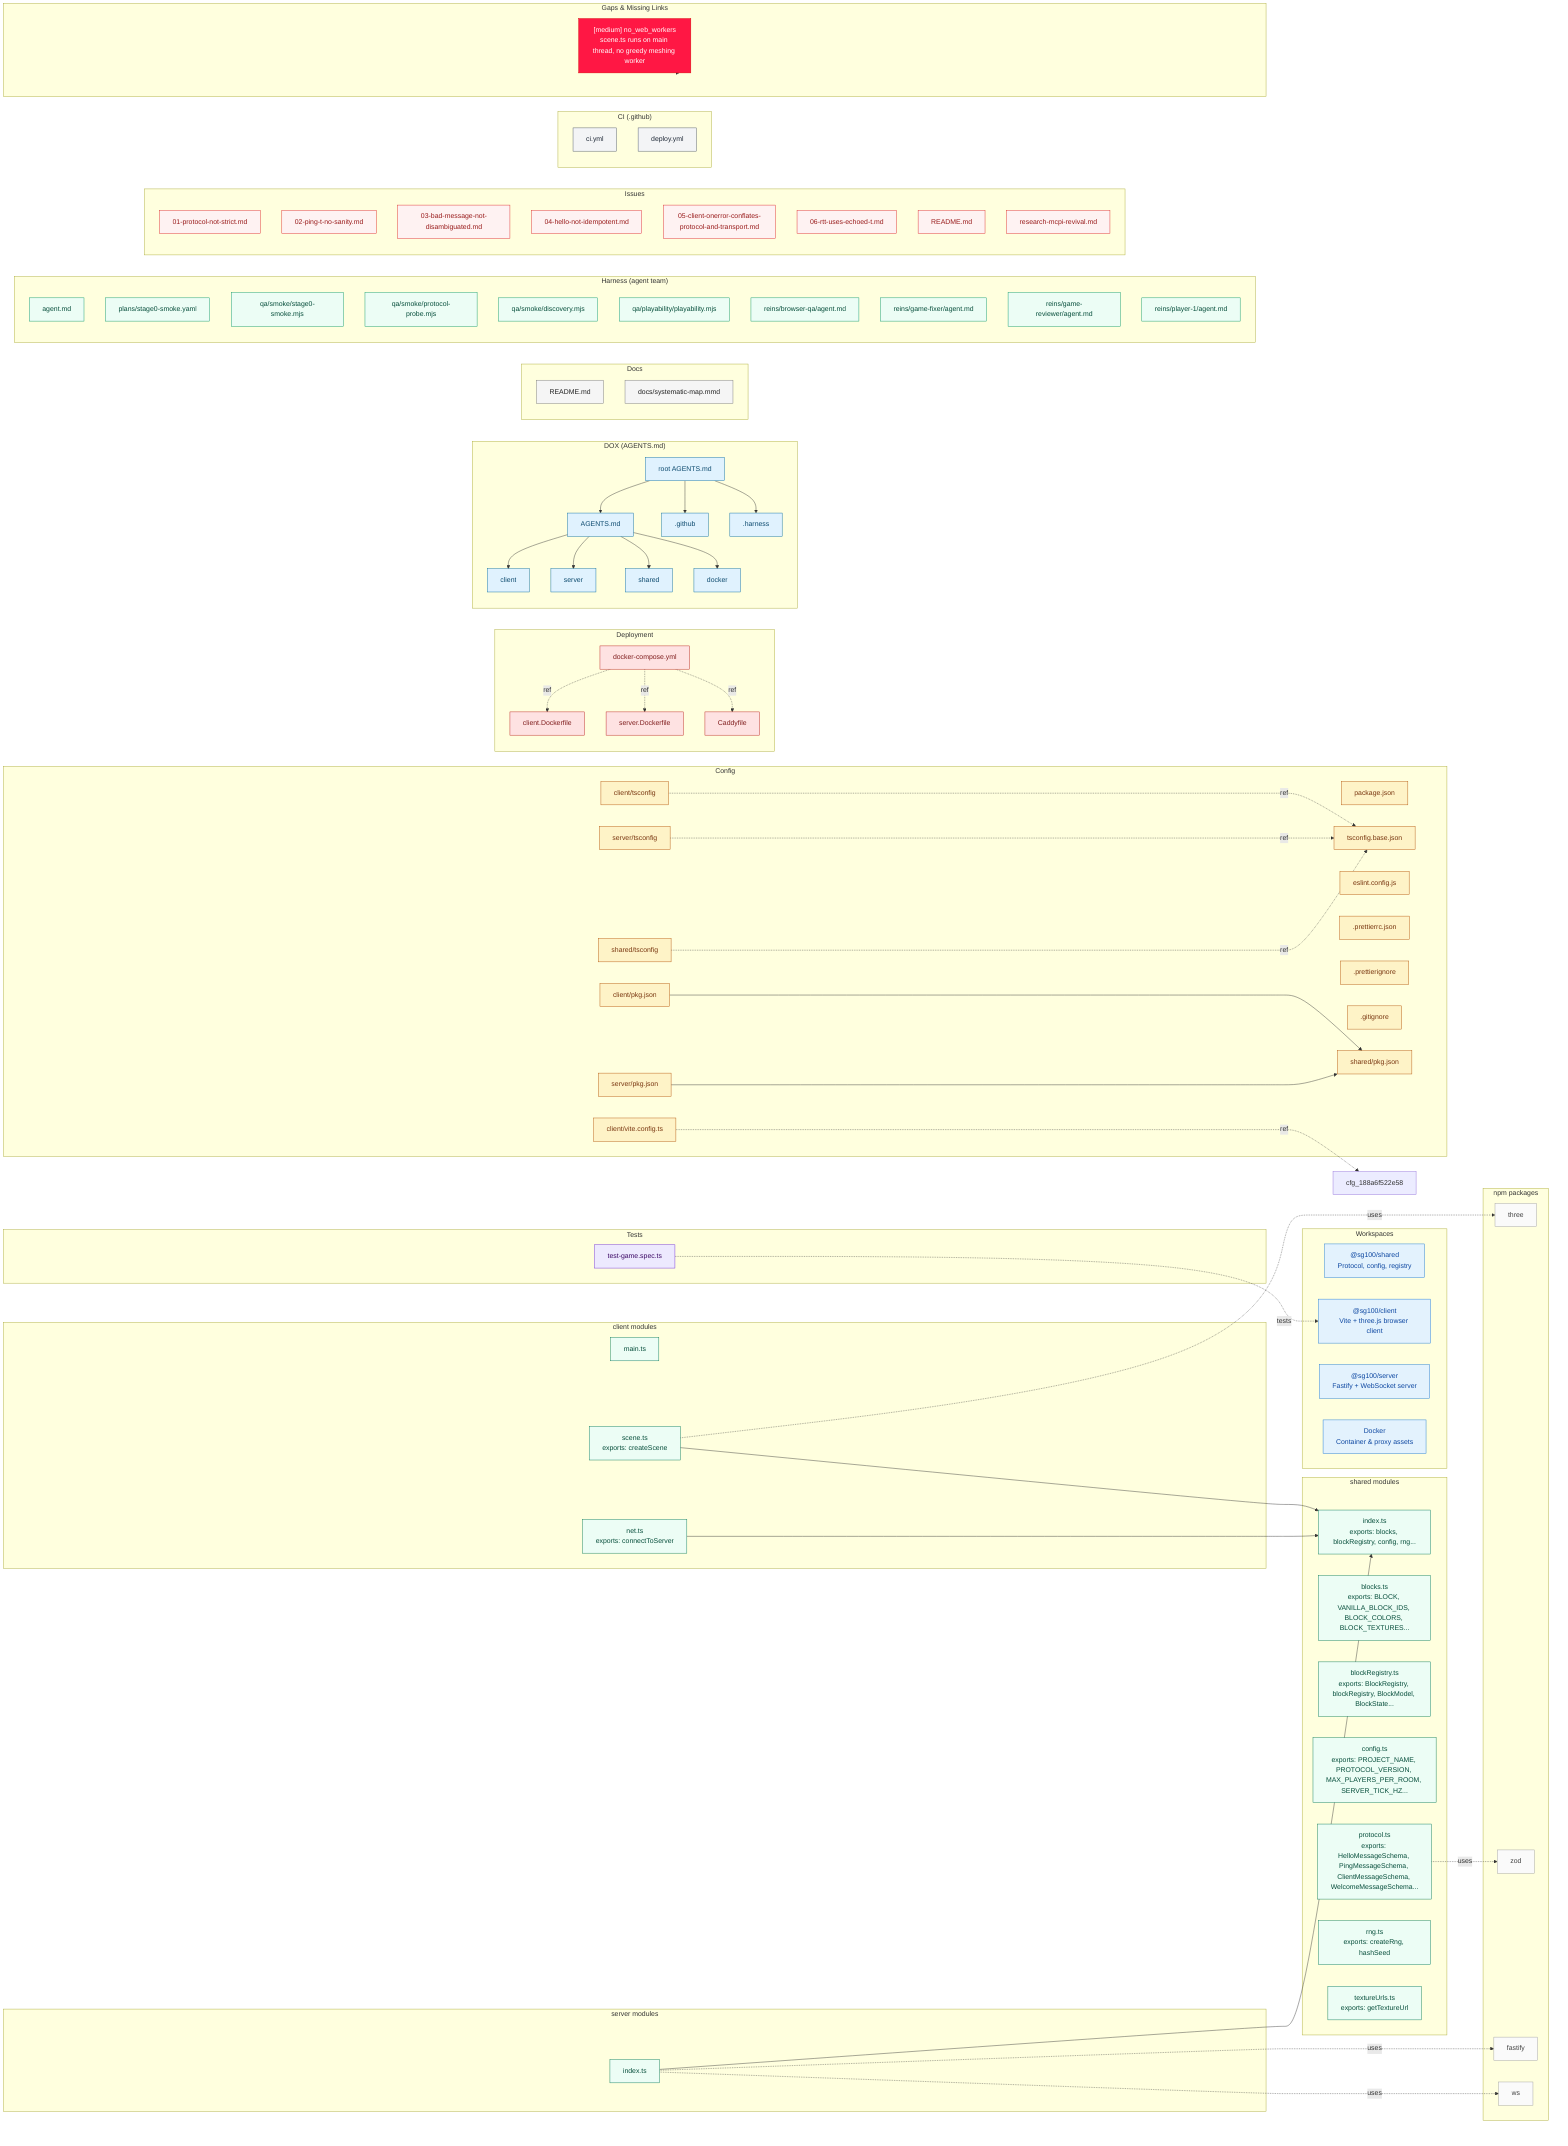
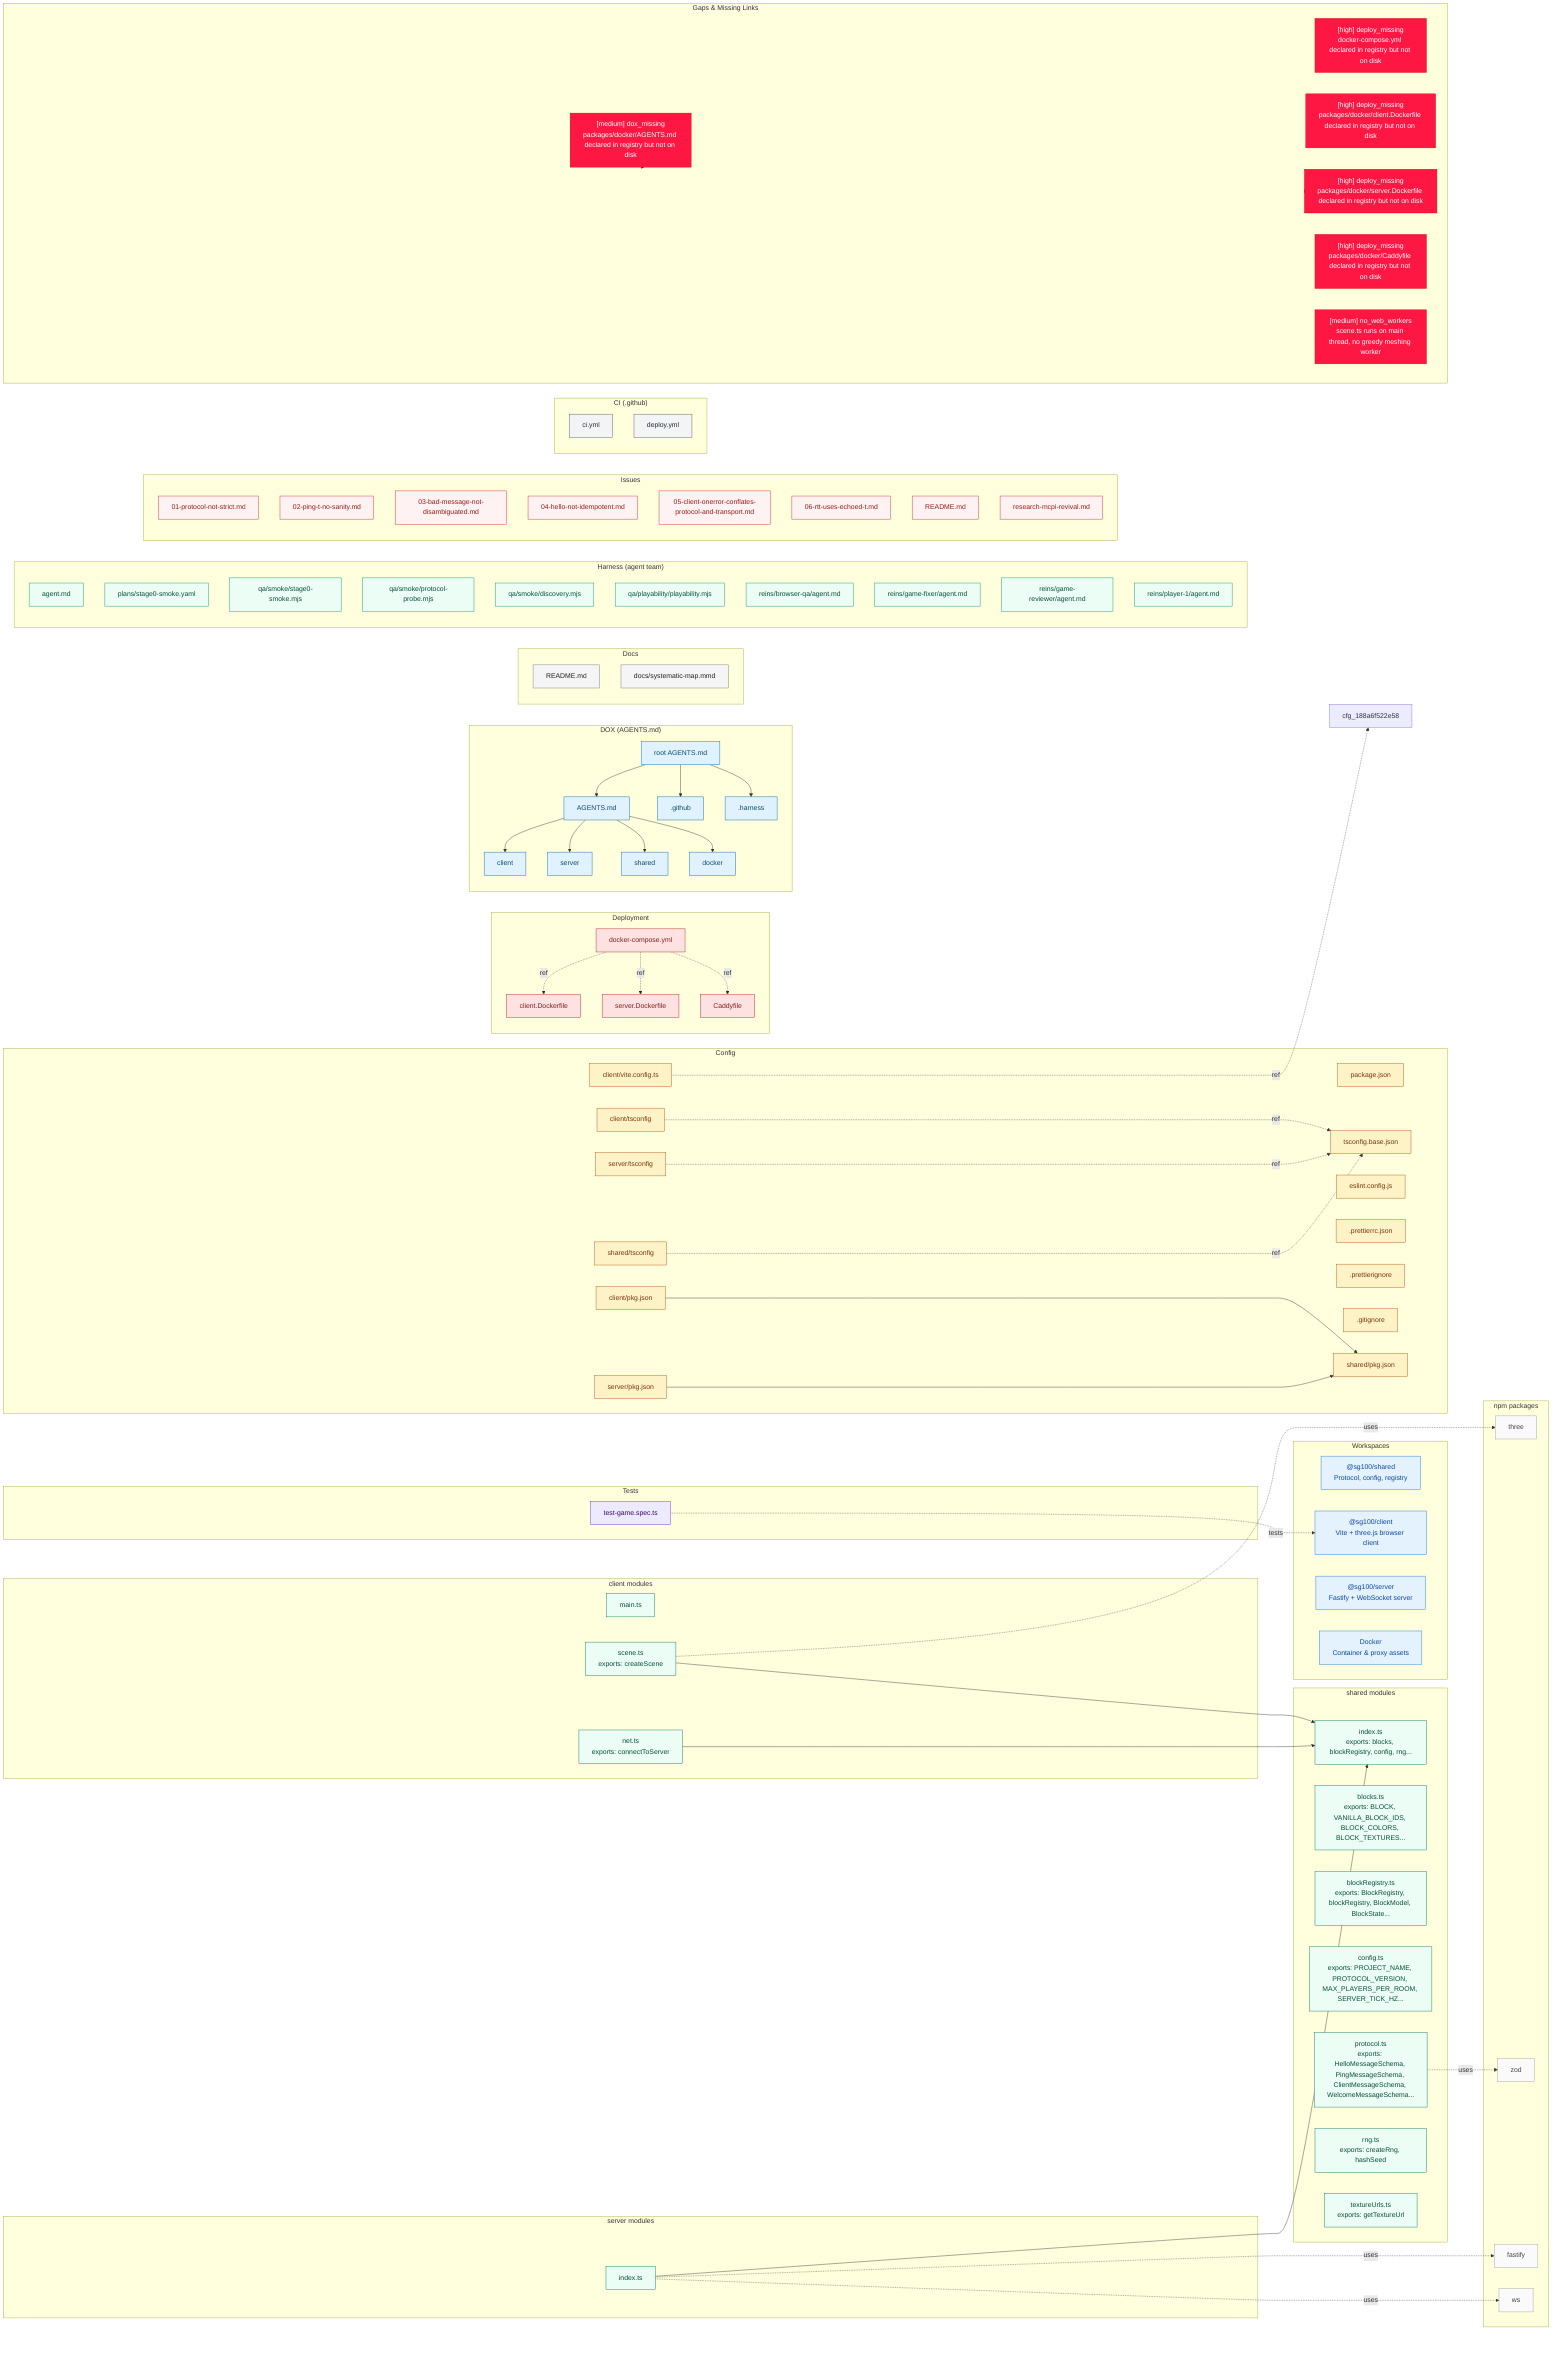
flowchart LR
  classDef workspace fill:#e3f2fd,stroke:#1976d2,color:#0d47a1
  classDef module fill:#ecfdf5,stroke:#047857,color:#064e3b
  classDef config fill:#fef3c7,stroke:#b45309,color:#78350f
  classDef deploy fill:#fee2e2,stroke:#b91c1c,color:#7f1d1d
  classDef dox fill:#e0f2fe,stroke:#0369a1,color:#0c4a6e
  classDef doc fill:#f5f5f5,stroke:#757575,color:#212121
  classDef test fill:#ede9fe,stroke:#6d28d9,color:#3b0764
  classDef harness fill:#ecfdf5,stroke:#059669,color:#064e3b
  classDef issue fill:#fef2f2,stroke:#dc2626,color:#991b1b
  classDef ci fill:#f3f4f6,stroke:#4b5563,color:#1f2937
  classDef npm fill:#fafafa,stroke:#9e9e9e,color:#424242
  classDef gap fill:#ff1744,stroke:#d50000,color:#ffffff
-   %% Summary: {"files":787,"modules":11,"npm_packages":4,"import_edges":7,"gap_count":1}
+   %% Summary: {"files":782,"modules":11,"npm_packages":4,"import_edges":7,"gap_count":6}

  subgraph WORKSPACES["Workspaces"]
    ws_shared["@sg100/shared\nProtocol, config, registry"]:::workspace
    ws_client["@sg100/client\nVite + three.js browser client"]:::workspace
    ws_server["@sg100/server\nFastify + WebSocket server"]:::workspace
    ws_docker["Docker\nContainer & proxy assets"]:::workspace
  end

  subgraph MOD_SHARED["shared modules"]
    mod_21821d6d4273["index.ts\nexports: blocks, blockRegistry, config, rng..."]:::module
    mod_b74f08e6d180["blocks.ts\nexports: BLOCK, VANILLA_BLOCK_IDS, BLOCK_COLORS, BLOCK_TEXTURES..."]:::module
    mod_59b70ee5611d["blockRegistry.ts\nexports: BlockRegistry, blockRegistry, BlockModel, BlockState..."]:::module
    mod_6c9dde7ef55c["config.ts\nexports: PROJECT_NAME, PROTOCOL_VERSION, MAX_PLAYERS_PER_ROOM, SERVER_TICK_HZ..."]:::module
    mod_1769cb4ac51b["protocol.ts\nexports: HelloMessageSchema, PingMessageSchema, ClientMessageSchema, WelcomeMessageSchema..."]:::module
    mod_94de254da76c["rng.ts\nexports: createRng, hashSeed"]:::module
    mod_61ed6f06b9fb["textureUrls.ts\nexports: getTextureUrl"]:::module
  end

  subgraph MOD_CLIENT["client modules"]
    mod_188a6f522e58["main.ts"]:::module
    mod_f63c4faf7db8["scene.ts\nexports: createScene"]:::module
    mod_c60f6217a9fe["net.ts\nexports: connectToServer"]:::module
  end

  subgraph MOD_SERVER["server modules"]
    mod_544c6c6d49ee["index.ts"]:::module
  end

  subgraph NPM["npm packages"]
    npm_three["three"]:::npm
    npm_zod["zod"]:::npm
    npm_fastify["fastify"]:::npm
    npm_ws["ws"]:::npm
  end

  subgraph CONFIG["Config"]
    cfg_b9cfc7f2cdf7["package.json"]:::config
    cfg_bd08939a7f74["tsconfig.base.json"]:::config
    cfg_e7f6d45c8af2["eslint.config.js"]:::config
    cfg_ff25e0d5bd5e[".prettierrc.json"]:::config
    cfg_23949df756e1[".prettierignore"]:::config
    cfg_a084b794bc07[".gitignore"]:::config
    cfg_30a035b5c9df["client/pkg.json"]:::config
    cfg_1d0b340b7dce["client/tsconfig"]:::config
    cfg_49c137df3b0d["client/vite.config.ts"]:::config
    cfg_8c42f42f65d0["server/pkg.json"]:::config
    cfg_f9fa0eb3c81c["server/tsconfig"]:::config
    cfg_ab6458f6838f["shared/pkg.json"]:::config
    cfg_b7aaf361f3c3["shared/tsconfig"]:::config
  end

  subgraph DEPLOY["Deployment"]
    dep_4e5e90c6228f["docker-compose.yml"]:::deploy
    dep_9551651dcb30["client.Dockerfile"]:::deploy
    dep_bfece3e10be4["server.Dockerfile"]:::deploy
    dep_6803eac4f4cc["Caddyfile"]:::deploy
  end

  subgraph DOX["DOX (AGENTS.md)"]
    dox_bc5441b46c60["root AGENTS.md"]:::dox
    dox_d6b6bace75ac["AGENTS.md"]:::dox
    dox_ca2d6a7590ed["client"]:::dox
    dox_c0d2d0473bab["server"]:::dox
    dox_79bed11741a0["shared"]:::dox
    dox_54cb9c078056["docker"]:::dox
    dox_6ccb0c1fd449[".github"]:::dox
    dox_78539403181b[".harness"]:::dox
  end

  subgraph DOCS["Docs"]
    doc_04c6e90faac2["README.md"]:::doc
    doc_887a0d2cbc14["docs/systematic-map.mmd"]:::doc
  end

  subgraph TEST["Tests"]
    test_93acd3d81f7e["test-game.spec.ts"]:::test
  end

  subgraph HARNESS["Harness (agent team)"]
    harn_398583b85005["agent.md"]:::harness
    harn_91b66b6b9f82["plans/stage0-smoke.yaml"]:::harness
    harn_b7bdc105c8d9["qa/smoke/stage0-smoke.mjs"]:::harness
    harn_53ee8949f323["qa/smoke/protocol-probe.mjs"]:::harness
    harn_1a1911110a87["qa/smoke/discovery.mjs"]:::harness
    harn_ef065ed3cce5["qa/playability/playability.mjs"]:::harness
    harn_74c315e9d73d["reins/browser-qa/agent.md"]:::harness
    harn_a67d2ed27475["reins/game-fixer/agent.md"]:::harness
    harn_3a8a9f5c18f6["reins/game-reviewer/agent.md"]:::harness
    harn_597d5a616e3e["reins/player-1/agent.md"]:::harness
  end

  subgraph ISSUES["Issues"]
    iss_0264c22478fd["01-protocol-not-strict.md"]:::issue
    iss_f76cc338fcdf["02-ping-t-no-sanity.md"]:::issue
    iss_16f3e47c94f7["03-bad-message-not-disambiguated.md"]:::issue
    iss_ee19e0f29577["04-hello-not-idempotent.md"]:::issue
    iss_8cef78a32f50["05-client-onerror-conflates-protocol-and-transport.md"]:::issue
    iss_c4668ef32fa9["06-rtt-uses-echoed-t.md"]:::issue
    iss_c0f97ce05e5c["README.md"]:::issue
    iss_a68d9d2b6518["research-mcpi-revival.md"]:::issue
  end

  subgraph CI["CI (.github)"]
    ci_e9f950f17198["ci.yml"]:::ci
    ci_3680803a67ea["deploy.yml"]:::ci
  end

  subgraph GAP["Gaps & Missing Links"]
-     gap_0["[medium] no_web_workers\nscene.ts runs on main thread, no greedy meshing worker"]:::gap
+     gap_0["[medium] dox_missing\npackages/docker/AGENTS.md declared in registry but not on disk"]:::gap
+     gap_1["[high] deploy_missing\ndocker-compose.yml declared in registry but not on disk"]:::gap
+     gap_2["[high] deploy_missing\npackages/docker/client.Dockerfile declared in registry but not on disk"]:::gap
+     gap_3["[high] deploy_missing\npackages/docker/server.Dockerfile declared in registry but not on disk"]:::gap
+     gap_4["[high] deploy_missing\npackages/docker/Caddyfile declared in registry but not on disk"]:::gap
+     gap_5["[medium] no_web_workers\nscene.ts runs on main thread, no greedy meshing worker"]:::gap
  end

  %% Workspace dependencies
  cfg_30a035b5c9df --> cfg_ab6458f6838f
  cfg_8c42f42f65d0 --> cfg_ab6458f6838f

  %% Module imports
  mod_f63c4faf7db8 --> mod_21821d6d4273
  mod_c60f6217a9fe --> mod_21821d6d4273
  mod_544c6c6d49ee --> mod_21821d6d4273

  %% npm package usage
  mod_1769cb4ac51b -.uses.-> npm_zod
  mod_f63c4faf7db8 -.uses.-> npm_three
  mod_544c6c6d49ee -.uses.-> npm_fastify
  mod_544c6c6d49ee -.uses.-> npm_ws

  %% DOX ownership
  dox_bc5441b46c60 --> dox_d6b6bace75ac
  dox_d6b6bace75ac --> dox_ca2d6a7590ed
  dox_d6b6bace75ac --> dox_c0d2d0473bab
  dox_d6b6bace75ac --> dox_79bed11741a0
  dox_d6b6bace75ac --> dox_54cb9c078056
  dox_bc5441b46c60 --> dox_6ccb0c1fd449
  dox_bc5441b46c60 --> dox_78539403181b

  %% Deploy references
  dep_4e5e90c6228f -.ref.-> dep_9551651dcb30
  dep_4e5e90c6228f -.ref.-> dep_bfece3e10be4
  dep_4e5e90c6228f -.ref.-> dep_6803eac4f4cc

  %% Config references
  cfg_1d0b340b7dce -.ref.-> cfg_bd08939a7f74
  cfg_f9fa0eb3c81c -.ref.-> cfg_bd08939a7f74
  cfg_b7aaf361f3c3 -.ref.-> cfg_bd08939a7f74
  cfg_49c137df3b0d -.ref.-> cfg_188a6f522e58

  %% Test targets
  test_93acd3d81f7e -.tests.-> ws_client

  %% Gap edges
  GAP -.-> gap_0
+   GAP -.-> gap_1
+   GAP -.-> gap_2
+   GAP -.-> gap_3
+   GAP -.-> gap_4
+   GAP -.-> gap_5
